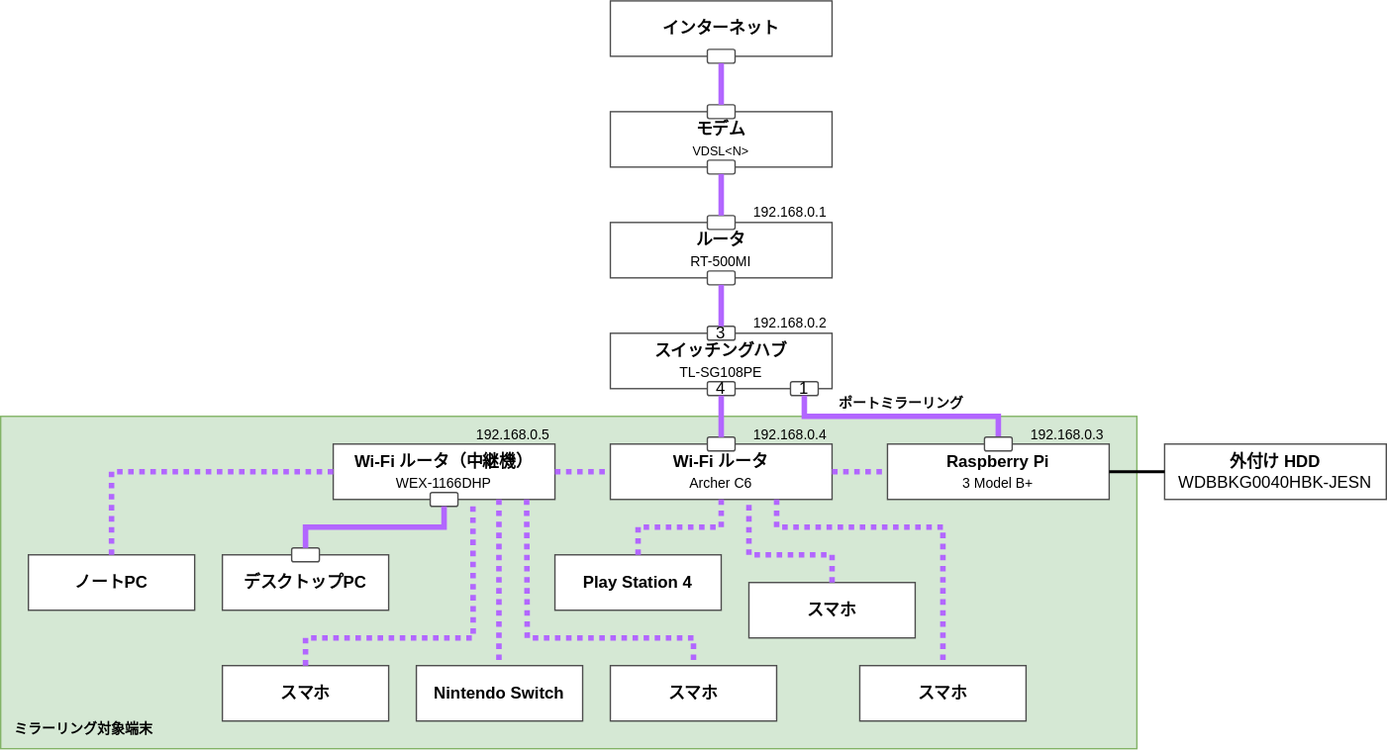
This is lan_traffic.drawio.svg from FunabikiKeisuke/lan_traffic, a draw.io export, as it was before one commit. Source tidied: cells renumbered, new cells last; positions are measured from the earlier drawing's top-left corner, leaving out a move shared by most shapes.
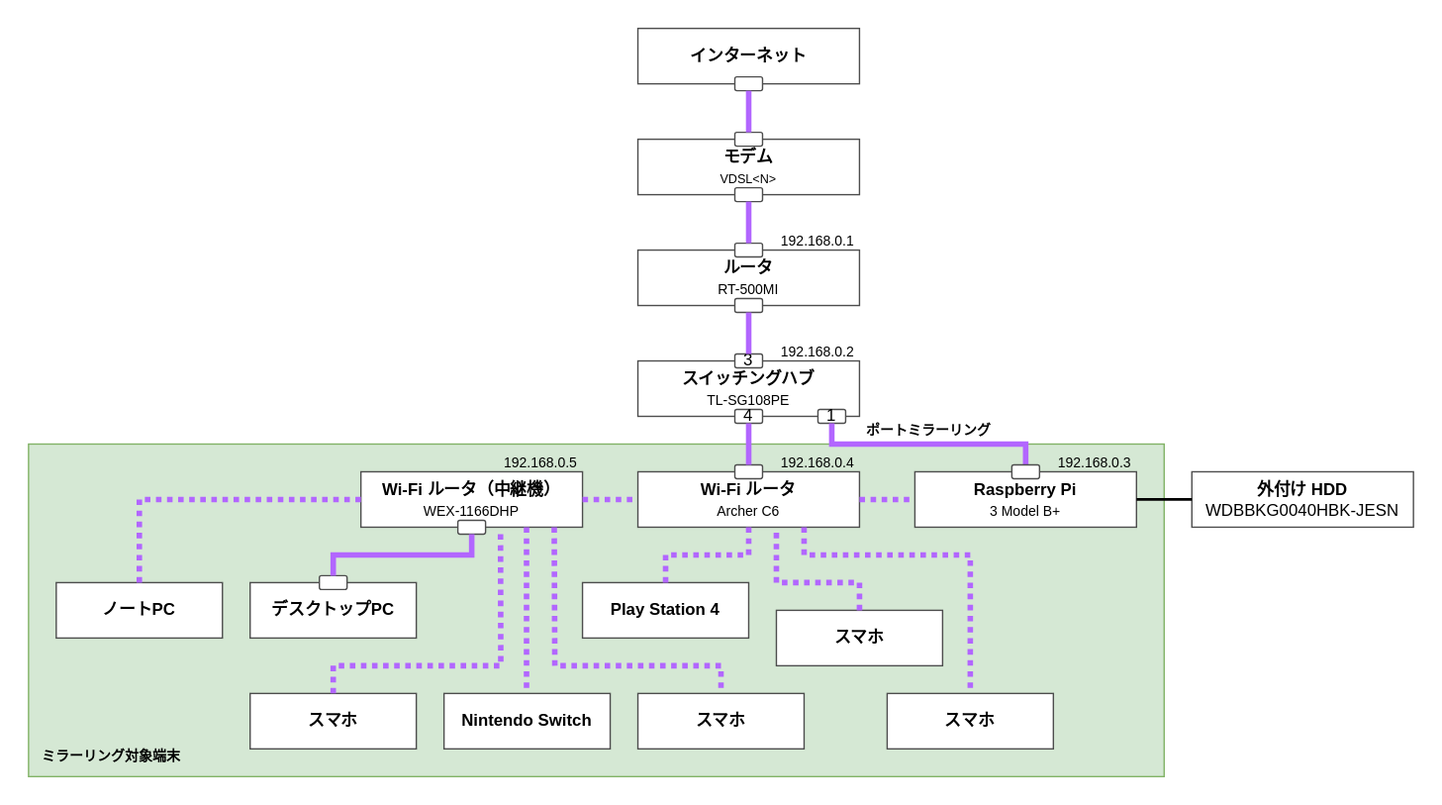
Above is the later version.

Commit message:
画像に余白を追加

Change to the diagram source:
```diff
@@ -207,5 +207,8 @@
     <mxCell id="53" value="192.168.0.5" style="text;html=1;strokeColor=none;fillColor=none;align=center;verticalAlign=middle;whiteSpace=wrap;rounded=0;fontFamily=Helvetica;fontSize=10;" parent="1" vertex="1">
       <mxGeometry x="340" y="305" width="60" height="15" as="geometry" />
     </mxCell>
+    <mxCell id="54" style="rounded=0;whiteSpace=wrap;html=1;fillColor=none;strokeColor=#FFFFFF;" parent="1" vertex="1">
+      <mxGeometry x="-20" y="-20" width="1040" height="580" as="geometry" />
+    </mxCell>
   </root>
 </mxGraphModel>
```
